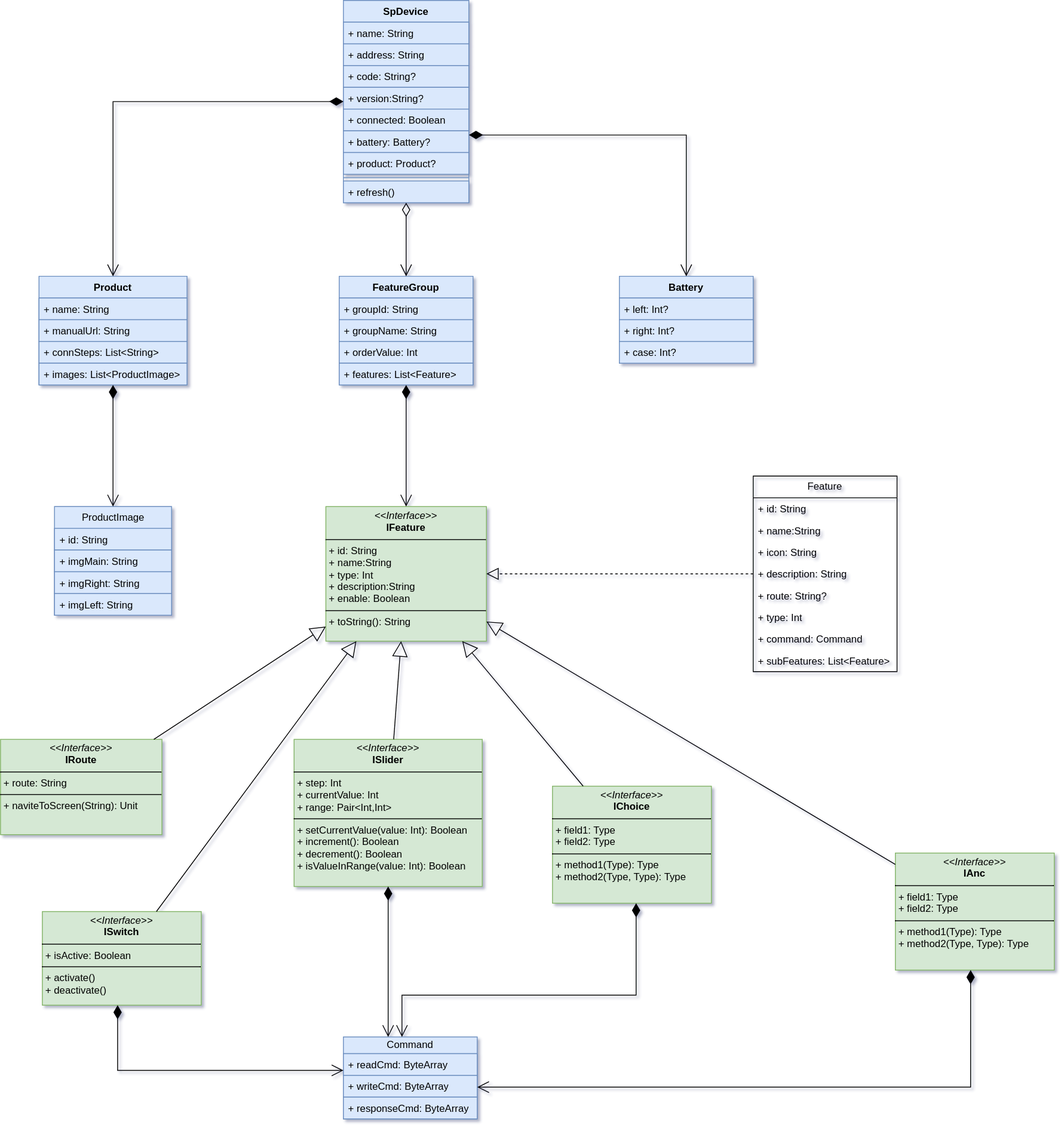
This is sp-device.drawio.svg from kekemao00/draw-libs, a draw.io export, as it was before one commit. Source tidied: cells renumbered, new cells last; positions are measured from the earlier drawing's top-left corner, leaving out a move shared by most shapes.
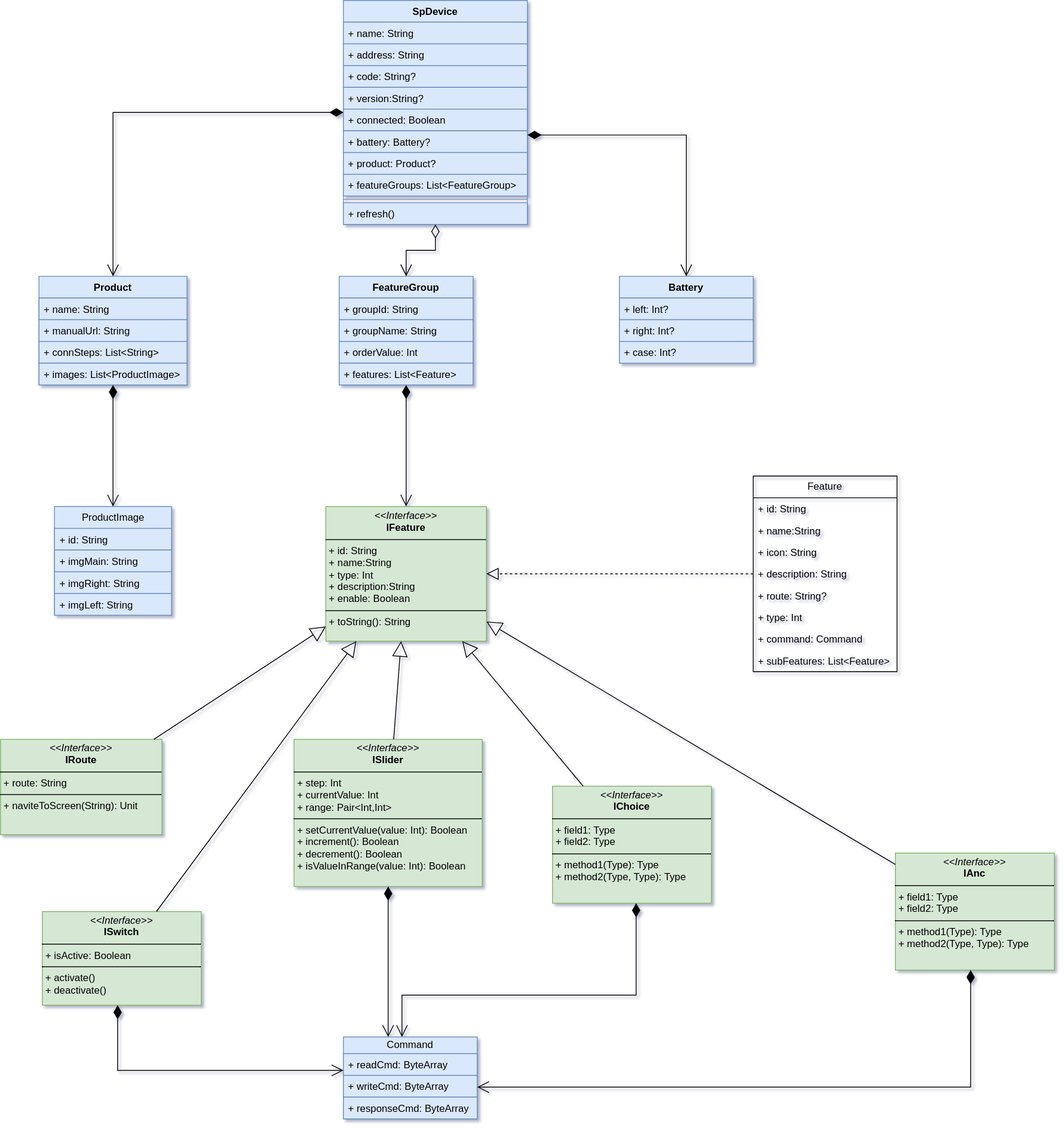
Above is the later version.

The edit, as a diff of the source:
```diff
@@ -3,34 +3,37 @@
     <mxCell id="0" />
     <mxCell id="1" parent="0" />
     <mxCell id="2" value="SpDevice" style="swimlane;fontStyle=1;align=center;verticalAlign=top;horizontal=1;startSize=26;whiteSpace=wrap;html=1;labelBackgroundColor=none;rounded=0;fillColor=#dae8fc;strokeColor=#6c8ebf;" parent="1" vertex="1">
-      <mxGeometry x="410" width="150" height="242" as="geometry" />
+      <mxGeometry x="410" width="220" height="268" as="geometry" />
     </mxCell>
     <mxCell id="3" value="+ name: String" style="text;align=left;verticalAlign=top;spacingLeft=4;spacingRight=4;overflow=hidden;whiteSpace=wrap;html=1;labelBackgroundColor=none;rounded=0;fillColor=#dae8fc;strokeColor=#6c8ebf;" parent="2" vertex="1">
-      <mxGeometry y="26" width="150" height="26" as="geometry" />
+      <mxGeometry y="26" width="220" height="26" as="geometry" />
     </mxCell>
     <mxCell id="4" value="+ address: String" style="text;align=left;verticalAlign=top;spacingLeft=4;spacingRight=4;overflow=hidden;whiteSpace=wrap;html=1;labelBackgroundColor=none;rounded=0;fillColor=#dae8fc;strokeColor=#6c8ebf;" parent="2" vertex="1">
-      <mxGeometry y="52" width="150" height="26" as="geometry" />
+      <mxGeometry y="52" width="220" height="26" as="geometry" />
     </mxCell>
     <mxCell id="5" value="+ code: String?" style="text;align=left;verticalAlign=top;spacingLeft=4;spacingRight=4;overflow=hidden;whiteSpace=wrap;html=1;labelBackgroundColor=none;rounded=0;fillColor=#dae8fc;strokeColor=#6c8ebf;" parent="2" vertex="1">
-      <mxGeometry y="78" width="150" height="26" as="geometry" />
+      <mxGeometry y="78" width="220" height="26" as="geometry" />
     </mxCell>
     <mxCell id="6" value="+ version:String?" style="text;align=left;verticalAlign=top;spacingLeft=4;spacingRight=4;overflow=hidden;whiteSpace=wrap;html=1;labelBackgroundColor=none;rounded=0;fillColor=#dae8fc;strokeColor=#6c8ebf;" parent="2" vertex="1">
-      <mxGeometry y="104" width="150" height="26" as="geometry" />
+      <mxGeometry y="104" width="220" height="26" as="geometry" />
     </mxCell>
     <mxCell id="7" value="+ connected: Boolean" style="text;align=left;verticalAlign=top;spacingLeft=4;spacingRight=4;overflow=hidden;whiteSpace=wrap;html=1;labelBackgroundColor=none;rounded=0;fillColor=#dae8fc;strokeColor=#6c8ebf;" parent="2" vertex="1">
-      <mxGeometry y="130" width="150" height="26" as="geometry" />
+      <mxGeometry y="130" width="220" height="26" as="geometry" />
     </mxCell>
     <mxCell id="8" value="+ battery: Battery?&lt;div&gt;&lt;br&gt;&lt;/div&gt;" style="text;align=left;verticalAlign=top;spacingLeft=4;spacingRight=4;overflow=hidden;whiteSpace=wrap;html=1;labelBackgroundColor=none;rounded=0;fillColor=#dae8fc;strokeColor=#6c8ebf;" parent="2" vertex="1">
-      <mxGeometry y="156" width="150" height="26" as="geometry" />
+      <mxGeometry y="156" width="220" height="26" as="geometry" />
     </mxCell>
     <mxCell id="9" value="+ product: Product?" style="text;align=left;verticalAlign=top;spacingLeft=4;spacingRight=4;overflow=hidden;whiteSpace=wrap;html=1;labelBackgroundColor=none;rounded=0;fillColor=#dae8fc;strokeColor=#6c8ebf;" parent="2" vertex="1">
-      <mxGeometry y="182" width="150" height="26" as="geometry" />
+      <mxGeometry y="182" width="220" height="26" as="geometry" />
     </mxCell>
+    <mxCell id="65" value="+ featureGroups: List&amp;lt;FeatureGroup&amp;gt;" style="text;strokeColor=#6c8ebf;fillColor=#dae8fc;align=left;verticalAlign=top;spacingLeft=4;spacingRight=4;overflow=hidden;whiteSpace=wrap;html=1;" parent="2" vertex="1">
+      <mxGeometry y="208" width="220" height="26" as="geometry" />
+    </mxCell>
     <mxCell id="10" style="line;strokeWidth=1;align=left;verticalAlign=middle;spacingTop=-1;spacingLeft=3;spacingRight=3;labelPosition=right;labelBackgroundColor=none;rounded=0;fillColor=#dae8fc;strokeColor=#6c8ebf;" parent="2" vertex="1">
-      <mxGeometry y="208" width="150" height="8" as="geometry" />
+      <mxGeometry y="234" width="220" height="8" as="geometry" />
     </mxCell>
     <mxCell id="11" value="+ refresh()" style="text;align=left;verticalAlign=top;spacingLeft=4;spacingRight=4;overflow=hidden;whiteSpace=wrap;html=1;labelBackgroundColor=none;rounded=0;fillColor=#dae8fc;strokeColor=#6c8ebf;" parent="2" vertex="1">
-      <mxGeometry y="216" width="150" height="26" as="geometry" />
+      <mxGeometry y="242" width="220" height="26" as="geometry" />
     </mxCell>
     <mxCell id="12" value="Battery" style="swimlane;fontStyle=1;align=center;verticalAlign=top;horizontal=1;startSize=26;whiteSpace=wrap;html=1;labelBackgroundColor=none;rounded=0;fillColor=#dae8fc;strokeColor=#6c8ebf;" parent="1" vertex="1">
       <mxGeometry x="740" y="330" width="160" height="104" as="geometry" />
```
